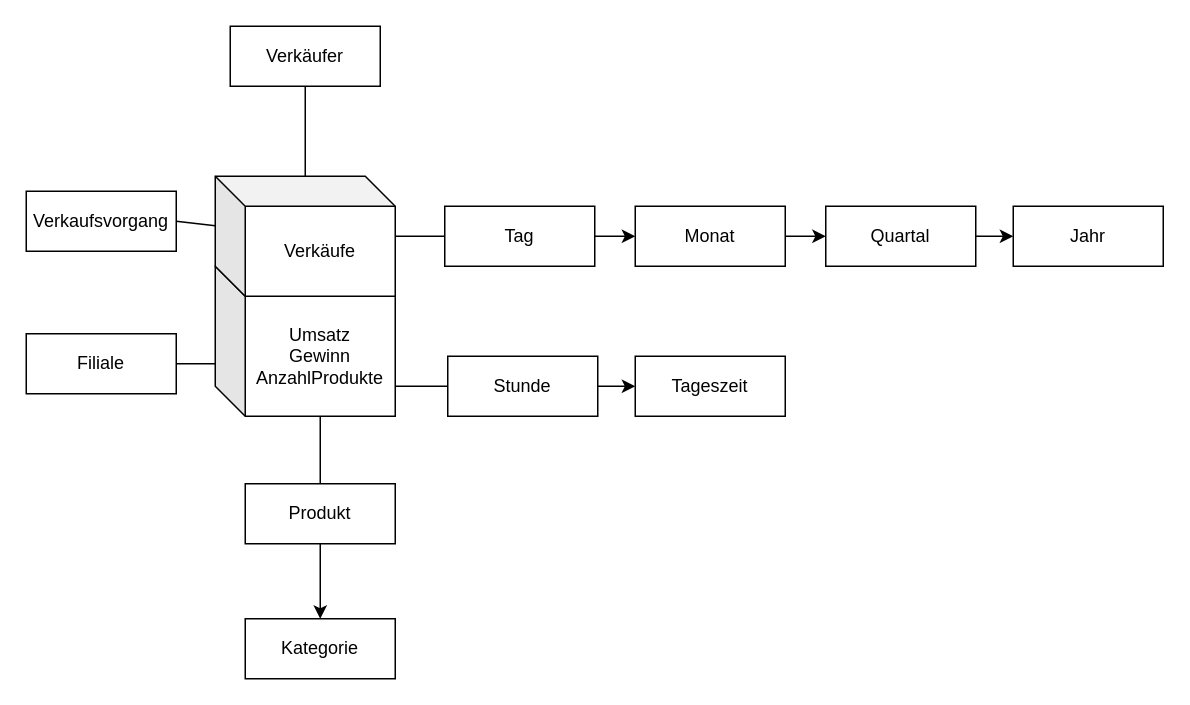
This is mER - BrotZeit.drawio from Thoerchen/BackZeit, a draw.io file, before an edit. Source tidied: cells renumbered, new cells numbered last; positions are measured from the earlier drawing's top-left corner, leaving out a move shared by most shapes. Both pictures are drawn from the tidied source at 150%, with x=0, y=0 at pixel (26, 26).
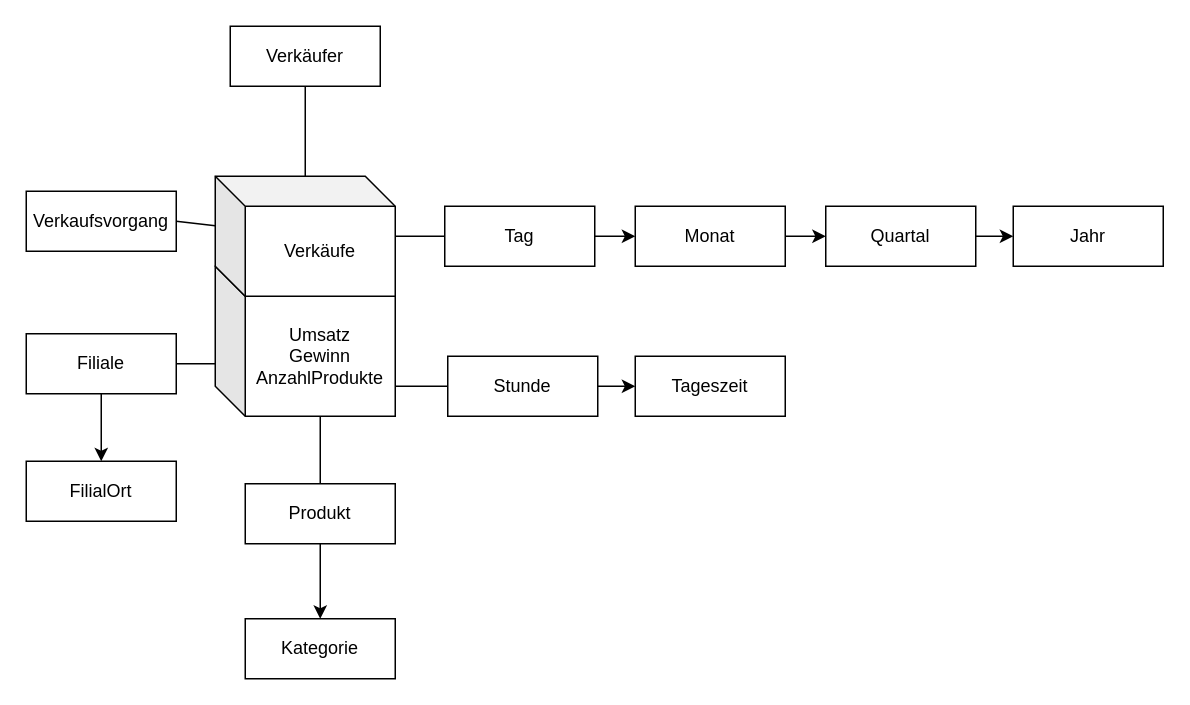
The same diagram, later.

Unchanged cells that the change refers to:
```xml
<mxCell id="16" value="Filiale" style="whiteSpace=wrap;html=1;align=center;" parent="1" vertex="1">
  <mxGeometry y="205" width="100" height="40" as="geometry" />
</mxCell>
```

Diff of the diagram source:
```diff
@@
+    <mxCell id="26" style="edgeStyle=orthogonalEdgeStyle;rounded=0;jettySize=auto;html=1;" parent="1" edge="1" source="16" target="27">
+      <mxGeometry relative="1" as="geometry" />
+    </mxCell>
@@
+    <mxCell id="27" value="FilialOrt" style="whiteSpace=wrap;html=1;align=center;" parent="1" vertex="1">
+      <mxGeometry y="290" width="100" height="40" as="geometry" />
+    </mxCell>
```
